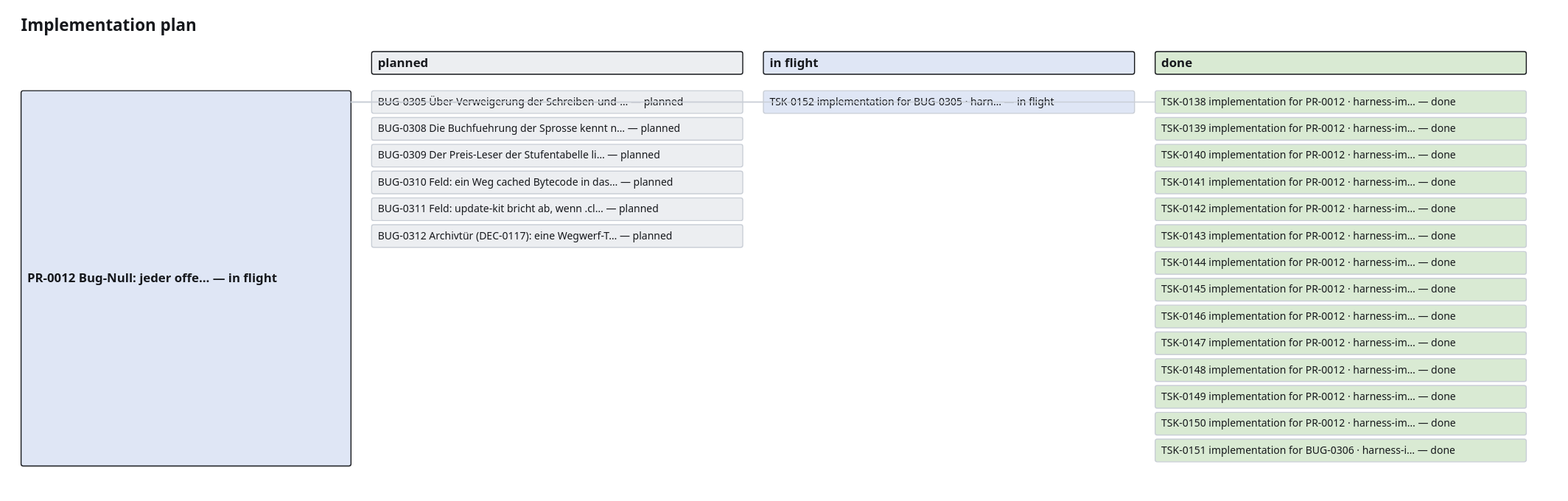
Before: project_memory/generated/plan.drawio.svg, a diagram exported from draw.io (GiaZenX/harness). Source tidied: cells renumbered, new cells last; positions are measured from the earlier drawing's top-left corner, leaving out a move shared by most shapes.
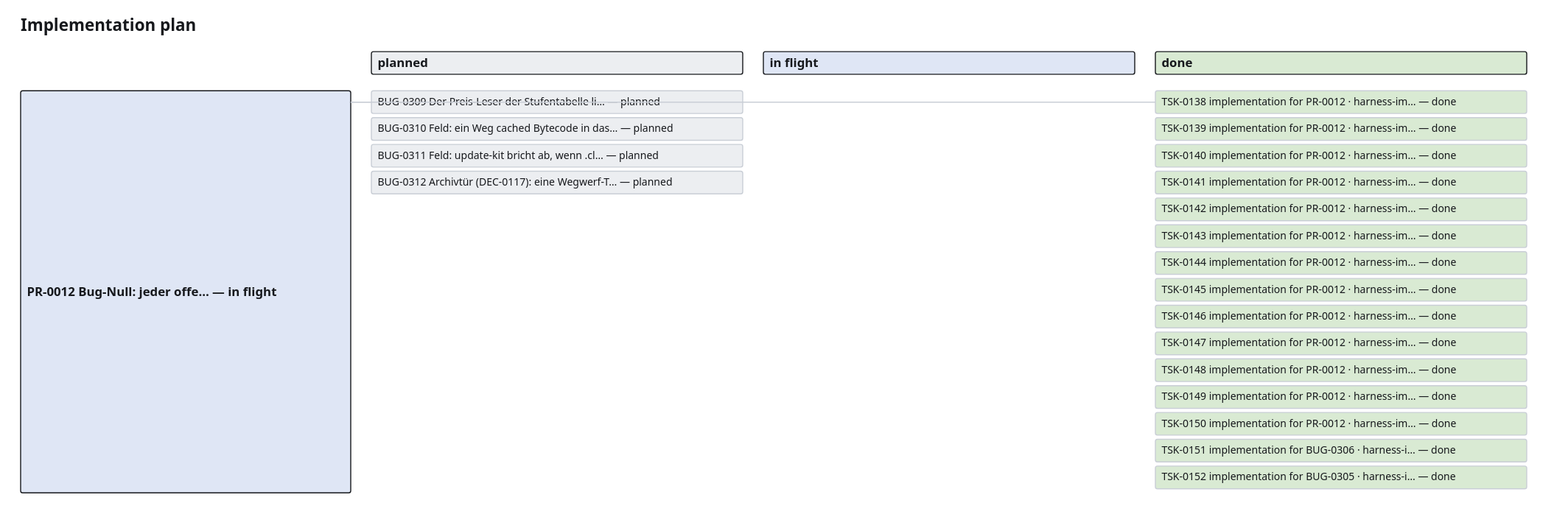
The same file after the commit.

The edit, as a diff of the source:
```diff
@@ -15,79 +15,70 @@
       <mxGeometry x="1100" y="34" width="360" height="22" as="geometry" />
     </mxCell>
     <mxCell id="6" value="PR-0012 Bug-Null: jeder offe… — in flight" style="rounded=1;whiteSpace=wrap;html=1;fillColor=#dfe6f5;strokeColor=#16181c;fontSize=12;fontStyle=1;" parent="1" vertex="1">
-      <mxGeometry y="72" width="320" height="364" as="geometry" />
+      <mxGeometry y="72" width="320" height="390" as="geometry" />
     </mxCell>
-    <mxCell id="7" value="BUG-0305 Über-Verweigerung der Schreiben-und-… — planned" style="rounded=1;whiteSpace=wrap;html=1;fillColor=#eceef1;strokeColor=#c9ced6;fontSize=10;" parent="1" vertex="1">
+    <mxCell id="7" value="BUG-0309 Der Preis-Leser der Stufentabelle li… — planned" style="rounded=1;whiteSpace=wrap;html=1;fillColor=#eceef1;strokeColor=#c9ced6;fontSize=10;" parent="1" vertex="1">
       <mxGeometry x="340" y="72" width="360" height="22" as="geometry" />
     </mxCell>
     <mxCell id="8" style="edgeStyle=orthogonalEdgeStyle;endArrow=none;strokeColor=#c9ced6;" parent="1" edge="1" source="6" target="7">
       <mxGeometry relative="1" as="geometry" />
     </mxCell>
-    <mxCell id="9" value="BUG-0308 Die Buchfuehrung der Sprosse kennt n… — planned" style="rounded=1;whiteSpace=wrap;html=1;fillColor=#eceef1;strokeColor=#c9ced6;fontSize=10;" parent="1" vertex="1">
+    <mxCell id="9" value="BUG-0310 Feld: ein Weg cached Bytecode in das… — planned" style="rounded=1;whiteSpace=wrap;html=1;fillColor=#eceef1;strokeColor=#c9ced6;fontSize=10;" parent="1" vertex="1">
       <mxGeometry x="340" y="98" width="360" height="22" as="geometry" />
     </mxCell>
-    <mxCell id="10" value="BUG-0309 Der Preis-Leser der Stufentabelle li… — planned" style="rounded=1;whiteSpace=wrap;html=1;fillColor=#eceef1;strokeColor=#c9ced6;fontSize=10;" parent="1" vertex="1">
+    <mxCell id="10" value="BUG-0311 Feld: update-kit bricht ab, wenn .cl… — planned" style="rounded=1;whiteSpace=wrap;html=1;fillColor=#eceef1;strokeColor=#c9ced6;fontSize=10;" parent="1" vertex="1">
       <mxGeometry x="340" y="124" width="360" height="22" as="geometry" />
     </mxCell>
-    <mxCell id="11" value="BUG-0310 Feld: ein Weg cached Bytecode in das… — planned" style="rounded=1;whiteSpace=wrap;html=1;fillColor=#eceef1;strokeColor=#c9ced6;fontSize=10;" parent="1" vertex="1">
+    <mxCell id="11" value="BUG-0312 Archivtür (DEC-0117): eine Wegwerf-T… — planned" style="rounded=1;whiteSpace=wrap;html=1;fillColor=#eceef1;strokeColor=#c9ced6;fontSize=10;" parent="1" vertex="1">
       <mxGeometry x="340" y="150" width="360" height="22" as="geometry" />
     </mxCell>
-    <mxCell id="12" value="BUG-0311 Feld: update-kit bricht ab, wenn .cl… — planned" style="rounded=1;whiteSpace=wrap;html=1;fillColor=#eceef1;strokeColor=#c9ced6;fontSize=10;" parent="1" vertex="1">
-      <mxGeometry x="340" y="176" width="360" height="22" as="geometry" />
+    <mxCell id="12" value="TSK-0138 implementation for PR-0012 · harness-im… — done" style="rounded=1;whiteSpace=wrap;html=1;fillColor=#d9ead3;strokeColor=#c9ced6;fontSize=10;" parent="1" vertex="1">
+      <mxGeometry x="1100" y="72" width="360" height="22" as="geometry" />
     </mxCell>
-    <mxCell id="13" value="BUG-0312 Archivtür (DEC-0117): eine Wegwerf-T… — planned" style="rounded=1;whiteSpace=wrap;html=1;fillColor=#eceef1;strokeColor=#c9ced6;fontSize=10;" parent="1" vertex="1">
-      <mxGeometry x="340" y="202" width="360" height="22" as="geometry" />
+    <mxCell id="13" style="edgeStyle=orthogonalEdgeStyle;endArrow=none;strokeColor=#c9ced6;" parent="1" edge="1" source="6" target="12">
+      <mxGeometry relative="1" as="geometry" />
     </mxCell>
-    <mxCell id="14" value="TSK-0152 implementation for BUG-0305 · harn… — in flight" style="rounded=1;whiteSpace=wrap;html=1;fillColor=#dfe6f5;strokeColor=#c9ced6;fontSize=10;" parent="1" vertex="1">
-      <mxGeometry x="720" y="72" width="360" height="22" as="geometry" />
+    <mxCell id="14" value="TSK-0139 implementation for PR-0012 · harness-im… — done" style="rounded=1;whiteSpace=wrap;html=1;fillColor=#d9ead3;strokeColor=#c9ced6;fontSize=10;" parent="1" vertex="1">
+      <mxGeometry x="1100" y="98" width="360" height="22" as="geometry" />
     </mxCell>
-    <mxCell id="15" style="edgeStyle=orthogonalEdgeStyle;endArrow=none;strokeColor=#c9ced6;" parent="1" edge="1" source="6" target="14">
-      <mxGeometry relative="1" as="geometry" />
+    <mxCell id="15" value="TSK-0140 implementation for PR-0012 · harness-im… — done" style="rounded=1;whiteSpace=wrap;html=1;fillColor=#d9ead3;strokeColor=#c9ced6;fontSize=10;" parent="1" vertex="1">
+      <mxGeometry x="1100" y="124" width="360" height="22" as="geometry" />
     </mxCell>
-    <mxCell id="16" value="TSK-0138 implementation for PR-0012 · harness-im… — done" style="rounded=1;whiteSpace=wrap;html=1;fillColor=#d9ead3;strokeColor=#c9ced6;fontSize=10;" parent="1" vertex="1">
-      <mxGeometry x="1100" y="72" width="360" height="22" as="geometry" />
+    <mxCell id="16" value="TSK-0141 implementation for PR-0012 · harness-im… — done" style="rounded=1;whiteSpace=wrap;html=1;fillColor=#d9ead3;strokeColor=#c9ced6;fontSize=10;" parent="1" vertex="1">
+      <mxGeometry x="1100" y="150" width="360" height="22" as="geometry" />
     </mxCell>
-    <mxCell id="17" style="edgeStyle=orthogonalEdgeStyle;endArrow=none;strokeColor=#c9ced6;" parent="1" edge="1" source="6" target="16">
-      <mxGeometry relative="1" as="geometry" />
+    <mxCell id="17" value="TSK-0142 implementation for PR-0012 · harness-im… — done" style="rounded=1;whiteSpace=wrap;html=1;fillColor=#d9ead3;strokeColor=#c9ced6;fontSize=10;" parent="1" vertex="1">
+      <mxGeometry x="1100" y="176" width="360" height="22" as="geometry" />
     </mxCell>
-    <mxCell id="18" value="TSK-0139 implementation for PR-0012 · harness-im… — done" style="rounded=1;whiteSpace=wrap;html=1;fillColor=#d9ead3;strokeColor=#c9ced6;fontSize=10;" parent="1" vertex="1">
-      <mxGeometry x="1100" y="98" width="360" height="22" as="geometry" />
+    <mxCell id="18" value="TSK-0143 implementation for PR-0012 · harness-im… — done" style="rounded=1;whiteSpace=wrap;html=1;fillColor=#d9ead3;strokeColor=#c9ced6;fontSize=10;" parent="1" vertex="1">
+      <mxGeometry x="1100" y="202" width="360" height="22" as="geometry" />
     </mxCell>
-    <mxCell id="19" value="TSK-0140 implementation for PR-0012 · harness-im… — done" style="rounded=1;whiteSpace=wrap;html=1;fillColor=#d9ead3;strokeColor=#c9ced6;fontSize=10;" parent="1" vertex="1">
-      <mxGeometry x="1100" y="124" width="360" height="22" as="geometry" />
+    <mxCell id="19" value="TSK-0144 implementation for PR-0012 · harness-im… — done" style="rounded=1;whiteSpace=wrap;html=1;fillColor=#d9ead3;strokeColor=#c9ced6;fontSize=10;" parent="1" vertex="1">
+      <mxGeometry x="1100" y="228" width="360" height="22" as="geometry" />
     </mxCell>
-    <mxCell id="20" value="TSK-0141 implementation for PR-0012 · harness-im… — done" style="rounded=1;whiteSpace=wrap;html=1;fillColor=#d9ead3;strokeColor=#c9ced6;fontSize=10;" parent="1" vertex="1">
-      <mxGeometry x="1100" y="150" width="360" height="22" as="geometry" />
+    <mxCell id="20" value="TSK-0145 implementation for PR-0012 · harness-im… — done" style="rounded=1;whiteSpace=wrap;html=1;fillColor=#d9ead3;strokeColor=#c9ced6;fontSize=10;" parent="1" vertex="1">
+      <mxGeometry x="1100" y="254" width="360" height="22" as="geometry" />
     </mxCell>
-    <mxCell id="21" value="TSK-0142 implementation for PR-0012 · harness-im… — done" style="rounded=1;whiteSpace=wrap;html=1;fillColor=#d9ead3;strokeColor=#c9ced6;fontSize=10;" parent="1" vertex="1">
-      <mxGeometry x="1100" y="176" width="360" height="22" as="geometry" />
+    <mxCell id="21" value="TSK-0146 implementation for PR-0012 · harness-im… — done" style="rounded=1;whiteSpace=wrap;html=1;fillColor=#d9ead3;strokeColor=#c9ced6;fontSize=10;" parent="1" vertex="1">
+      <mxGeometry x="1100" y="280" width="360" height="22" as="geometry" />
     </mxCell>
-    <mxCell id="22" value="TSK-0143 implementation for PR-0012 · harness-im… — done" style="rounded=1;whiteSpace=wrap;html=1;fillColor=#d9ead3;strokeColor=#c9ced6;fontSize=10;" parent="1" vertex="1">
-      <mxGeometry x="1100" y="202" width="360" height="22" as="geometry" />
+    <mxCell id="22" value="TSK-0147 implementation for PR-0012 · harness-im… — done" style="rounded=1;whiteSpace=wrap;html=1;fillColor=#d9ead3;strokeColor=#c9ced6;fontSize=10;" parent="1" vertex="1">
+      <mxGeometry x="1100" y="306" width="360" height="22" as="geometry" />
     </mxCell>
-    <mxCell id="23" value="TSK-0144 implementation for PR-0012 · harness-im… — done" style="rounded=1;whiteSpace=wrap;html=1;fillColor=#d9ead3;strokeColor=#c9ced6;fontSize=10;" parent="1" vertex="1">
-      <mxGeometry x="1100" y="228" width="360" height="22" as="geometry" />
+    <mxCell id="23" value="TSK-0148 implementation for PR-0012 · harness-im… — done" style="rounded=1;whiteSpace=wrap;html=1;fillColor=#d9ead3;strokeColor=#c9ced6;fontSize=10;" parent="1" vertex="1">
+      <mxGeometry x="1100" y="332" width="360" height="22" as="geometry" />
     </mxCell>
-    <mxCell id="24" value="TSK-0145 implementation for PR-0012 · harness-im… — done" style="rounded=1;whiteSpace=wrap;html=1;fillColor=#d9ead3;strokeColor=#c9ced6;fontSize=10;" parent="1" vertex="1">
-      <mxGeometry x="1100" y="254" width="360" height="22" as="geometry" />
+    <mxCell id="24" value="TSK-0149 implementation for PR-0012 · harness-im… — done" style="rounded=1;whiteSpace=wrap;html=1;fillColor=#d9ead3;strokeColor=#c9ced6;fontSize=10;" parent="1" vertex="1">
+      <mxGeometry x="1100" y="358" width="360" height="22" as="geometry" />
     </mxCell>
-    <mxCell id="25" value="TSK-0146 implementation for PR-0012 · harness-im… — done" style="rounded=1;whiteSpace=wrap;html=1;fillColor=#d9ead3;strokeColor=#c9ced6;fontSize=10;" parent="1" vertex="1">
-      <mxGeometry x="1100" y="280" width="360" height="22" as="geometry" />
+    <mxCell id="25" value="TSK-0150 implementation for PR-0012 · harness-im… — done" style="rounded=1;whiteSpace=wrap;html=1;fillColor=#d9ead3;strokeColor=#c9ced6;fontSize=10;" parent="1" vertex="1">
+      <mxGeometry x="1100" y="384" width="360" height="22" as="geometry" />
     </mxCell>
-    <mxCell id="26" value="TSK-0147 implementation for PR-0012 · harness-im… — done" style="rounded=1;whiteSpace=wrap;html=1;fillColor=#d9ead3;strokeColor=#c9ced6;fontSize=10;" parent="1" vertex="1">
-      <mxGeometry x="1100" y="306" width="360" height="22" as="geometry" />
+    <mxCell id="26" value="TSK-0151 implementation for BUG-0306 · harness-i… — done" style="rounded=1;whiteSpace=wrap;html=1;fillColor=#d9ead3;strokeColor=#c9ced6;fontSize=10;" parent="1" vertex="1">
+      <mxGeometry x="1100" y="410" width="360" height="22" as="geometry" />
     </mxCell>
-    <mxCell id="27" value="TSK-0148 implementation for PR-0012 · harness-im… — done" style="rounded=1;whiteSpace=wrap;html=1;fillColor=#d9ead3;strokeColor=#c9ced6;fontSize=10;" parent="1" vertex="1">
-      <mxGeometry x="1100" y="332" width="360" height="22" as="geometry" />
+    <mxCell id="27" value="TSK-0152 implementation for BUG-0305 · harness-i… — done" style="rounded=1;whiteSpace=wrap;html=1;fillColor=#d9ead3;strokeColor=#c9ced6;fontSize=10;" parent="1" vertex="1">
+      <mxGeometry x="1100" y="436" width="360" height="22" as="geometry" />
     </mxCell>
-    <mxCell id="28" value="TSK-0149 implementation for PR-0012 · harness-im… — done" style="rounded=1;whiteSpace=wrap;html=1;fillColor=#d9ead3;strokeColor=#c9ced6;fontSize=10;" parent="1" vertex="1">
-      <mxGeometry x="1100" y="358" width="360" height="22" as="geometry" />
-    </mxCell>
-    <mxCell id="29" value="TSK-0150 implementation for PR-0012 · harness-im… — done" style="rounded=1;whiteSpace=wrap;html=1;fillColor=#d9ead3;strokeColor=#c9ced6;fontSize=10;" parent="1" vertex="1">
-      <mxGeometry x="1100" y="384" width="360" height="22" as="geometry" />
-    </mxCell>
-    <mxCell id="30" value="TSK-0151 implementation for BUG-0306 · harness-i… — done" style="rounded=1;whiteSpace=wrap;html=1;fillColor=#d9ead3;strokeColor=#c9ced6;fontSize=10;" parent="1" vertex="1">
-      <mxGeometry x="1100" y="410" width="360" height="22" as="geometry" />
-    </mxCell>
   </root>
 </mxGraphModel>
```
